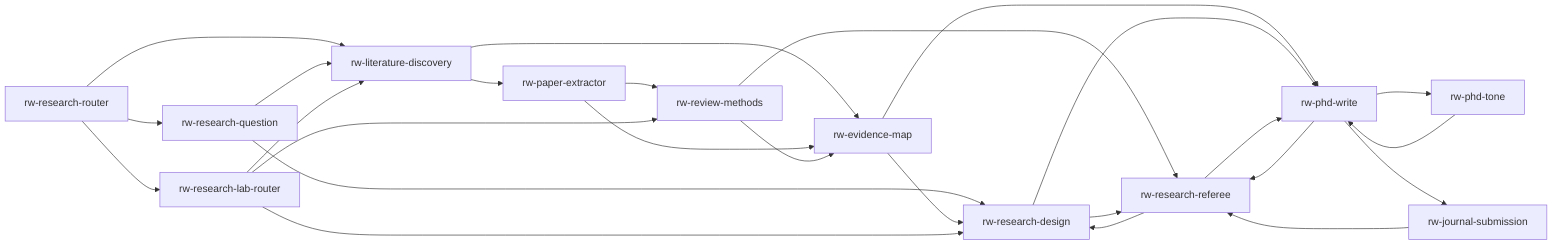
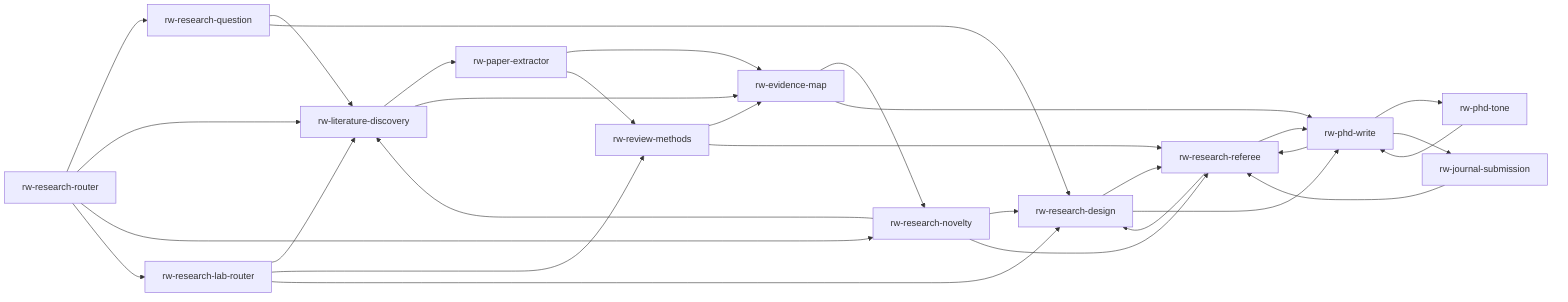
flowchart LR
  router["rw-research-router"]
  question["rw-research-question"]
  discovery["rw-literature-discovery"]
  extractor["rw-paper-extractor"]
  evidence["rw-evidence-map"]
+   novelty["rw-research-novelty"]
  review["rw-review-methods"]
  design["rw-research-design"]
  referee["rw-research-referee"]
  write["rw-phd-write"]
  tone["rw-phd-tone"]
  submission["rw-journal-submission"]
  tools["rw-research-lab-router"]

  router --> question
  router --> discovery
+   router --> novelty
  router --> tools
  question --> discovery
  question --> design
  discovery --> extractor
  discovery --> evidence
  extractor --> evidence
  extractor --> review
-   evidence --> design
+   evidence --> novelty
  evidence --> write
+   novelty --> discovery
+   novelty --> design
+   novelty --> referee
  review --> evidence
  review --> referee
  design --> referee
  design --> write
  referee --> design
  referee --> write
  write --> tone
  write --> referee
  write --> submission
  tone --> write
  submission --> referee
  tools --> discovery
  tools --> review
  tools --> design
